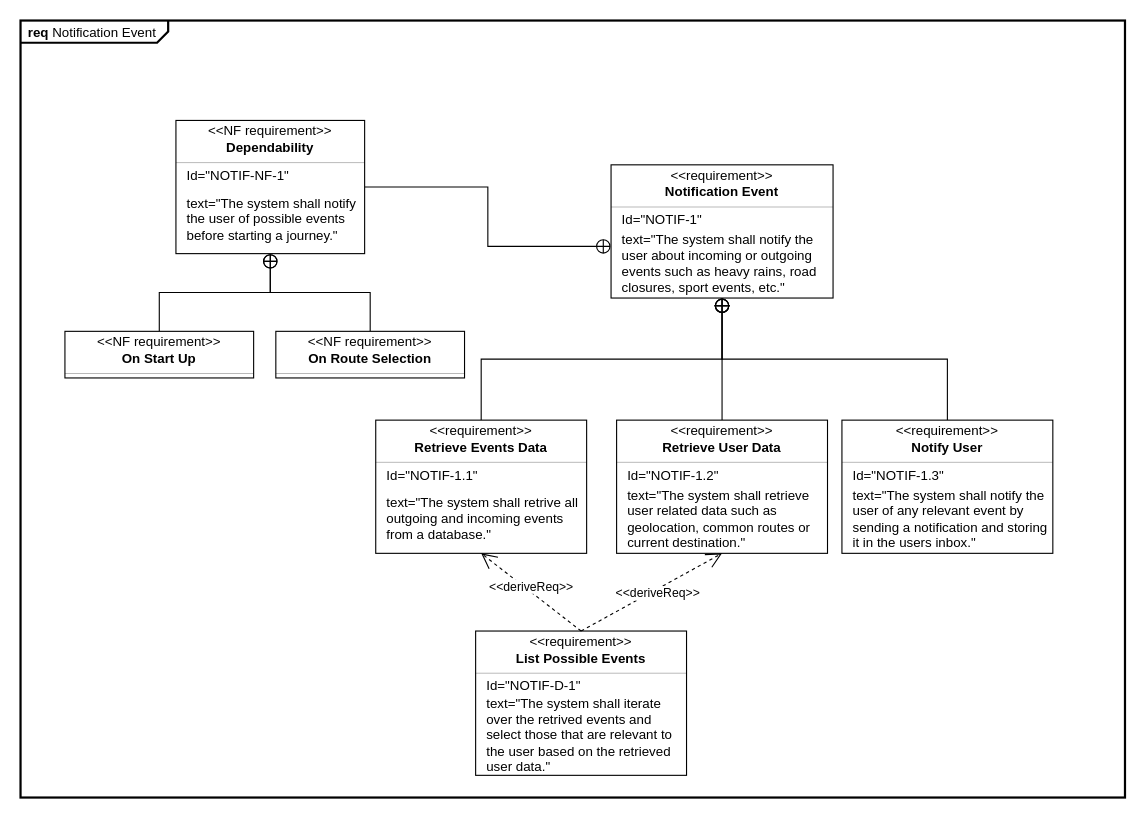
The draw.io diagram Diagrams/Requirement/Yaros/notif_req.drawio in luislamy/msp, before the edit. Source tidied: cells renumbered, new cells numbered last; positions are measured from the earlier drawing's top-left corner, leaving out a move shared by most shapes. Both pictures are drawn from the tidied source at 111%, with x=0, y=0 at pixel (20, 20).
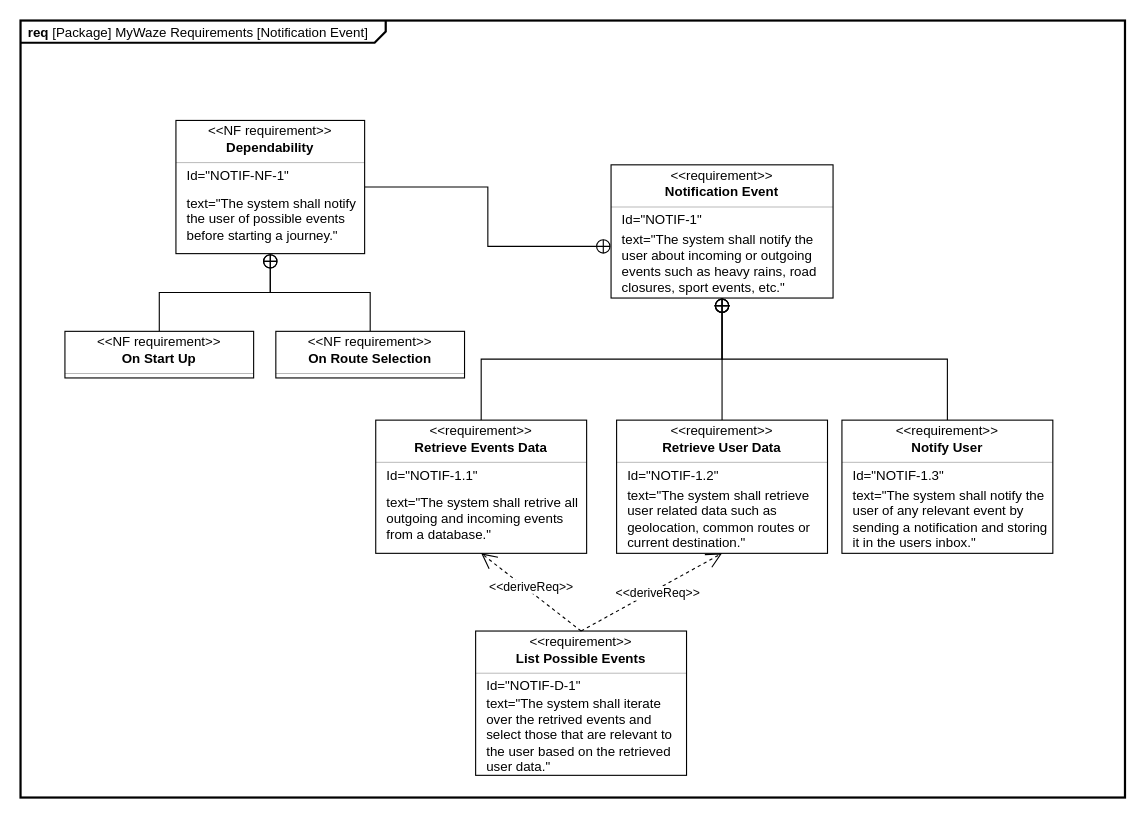
After the change.

What changed in the source:
```diff
@@
-    <mxCell id="2" value="&lt;p style=&quot;margin:0px;margin-top:4px;margin-left:7px;text-align:left;&quot;&gt;&lt;b&gt;req&lt;/b&gt;&amp;nbsp;Notification Event&lt;/p&gt;" style="html=1;shape=mxgraph.sysml.package;overflow=fill;labelX=133.5;strokeWidth=2;align=center;" parent="1" vertex="1">
+    <mxCell id="2" value="&lt;p style=&quot;margin:0px;margin-top:4px;margin-left:7px;text-align:left;&quot;&gt;&lt;b&gt;req&lt;/b&gt;&amp;nbsp;&lt;span style=&quot;background-color: transparent; color: light-dark(rgb(0, 0, 0), rgb(255, 255, 255));&quot;&gt;[Package] MyWaze Requirements [&lt;/span&gt;&lt;span style=&quot;background-color: transparent; color: light-dark(rgb(0, 0, 0), rgb(255, 255, 255));&quot;&gt;Notification Event]&lt;/span&gt;&lt;/p&gt;" style="html=1;shape=mxgraph.sysml.package;overflow=fill;labelX=329.62;strokeWidth=2;align=center;" parent="1" vertex="1">
       <mxGeometry width="995" height="700" as="geometry" />
     </mxCell>
```
